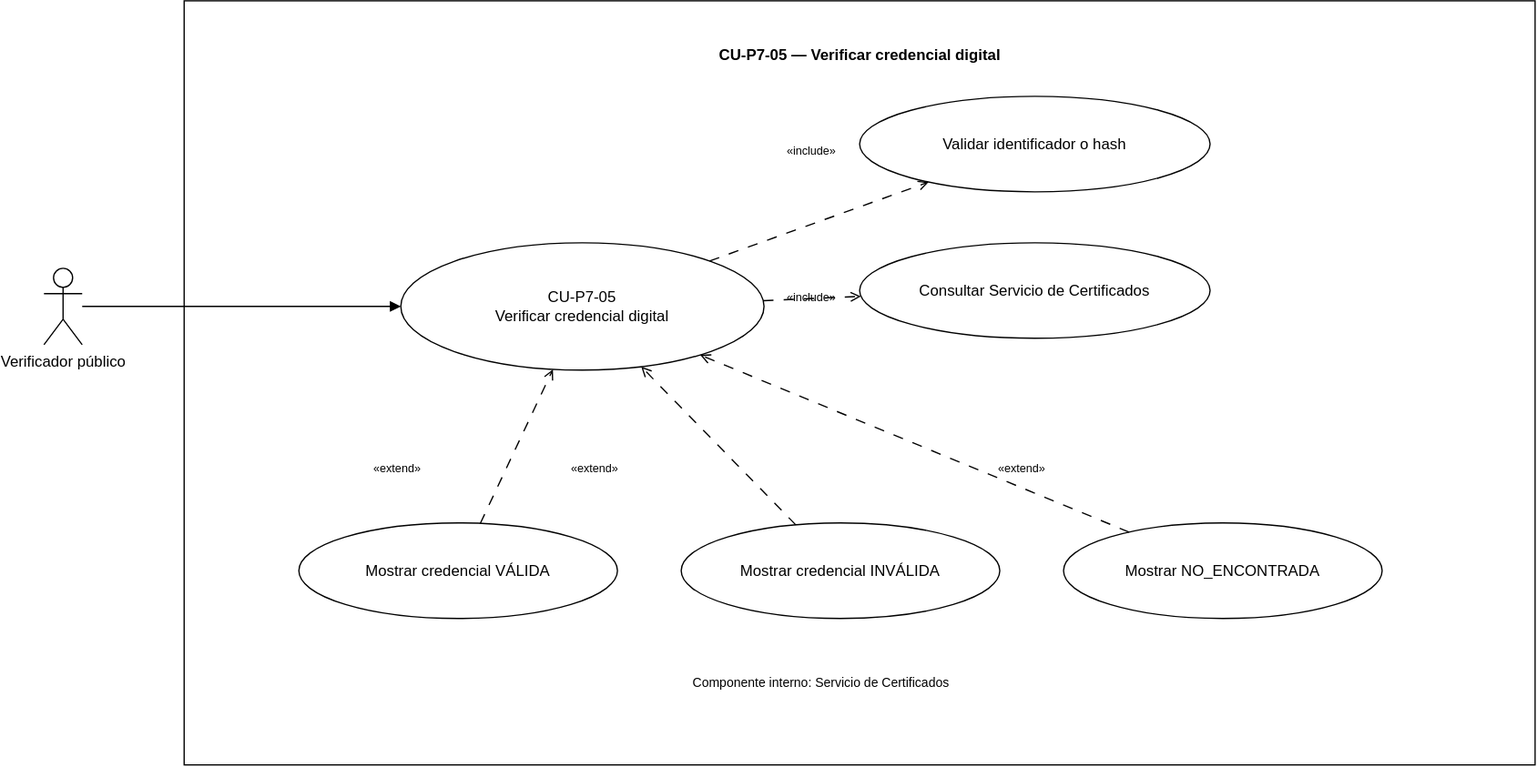
This is Documentacion/Practica7/CDU/CDU_Expandido_CUP7_05_202307691.drawio.svg from thanya-gate/SA_PROYECTO_202307691, a draw.io export, as it was before one commit. Source tidied: cells renumbered, new cells last; positions are measured from the earlier drawing's top-left corner, leaving out a move shared by most shapes. The source it was exported from:
```xml
<mxGraphModel>
  <root>
    <mxCell id="0" />
    <mxCell id="1" parent="0" />
    <mxCell id="2" style="html=1;whiteSpace=wrap;" parent="1" vertex="1">
      <mxGeometry x="110" width="1060" height="600" as="geometry" />
    </mxCell>
    <mxCell id="3" value="CU-P7-05 — Verificar credencial digital" style="text;align=center;fontStyle=1;verticalAlign=middle;spacingLeft=3;spacingRight=3;strokeColor=none;html=1;" parent="1" vertex="1">
      <mxGeometry x="400" y="20" width="480" height="45" as="geometry" />
    </mxCell>
    <mxCell id="4" value="Verificador público" style="shape=umlActor;verticalLabelPosition=bottom;verticalAlign=top;html=1;" parent="1" vertex="1">
      <mxGeometry y="210" width="30" height="60" as="geometry" />
    </mxCell>
    <mxCell id="5" value="CU-P7-05&lt;br&gt;Verificar credencial digital" style="ellipse;whiteSpace=wrap;html=1;" parent="1" vertex="1">
      <mxGeometry x="280" y="190" width="285" height="100" as="geometry" />
    </mxCell>
    <mxCell id="6" value="Validar identificador o hash" style="ellipse;whiteSpace=wrap;html=1;" parent="1" vertex="1">
      <mxGeometry x="640" y="75" width="275" height="75" as="geometry" />
    </mxCell>
    <mxCell id="7" value="Consultar Servicio de Certificados" style="ellipse;whiteSpace=wrap;html=1;" parent="1" vertex="1">
      <mxGeometry x="640" y="190" width="275" height="75" as="geometry" />
    </mxCell>
    <mxCell id="8" value="Mostrar credencial VÁLIDA" style="ellipse;whiteSpace=wrap;html=1;" parent="1" vertex="1">
      <mxGeometry x="200" y="410" width="250" height="75" as="geometry" />
    </mxCell>
    <mxCell id="9" value="Mostrar credencial INVÁLIDA" style="ellipse;whiteSpace=wrap;html=1;" parent="1" vertex="1">
      <mxGeometry x="500" y="410" width="250" height="75" as="geometry" />
    </mxCell>
    <mxCell id="10" value="Mostrar NO_ENCONTRADA" style="ellipse;whiteSpace=wrap;html=1;" parent="1" vertex="1">
      <mxGeometry x="800" y="410" width="250" height="75" as="geometry" />
    </mxCell>
    <mxCell id="11" style="rounded=0;jettySize=auto;html=1;endArrow=block;endFill=1;" parent="1" edge="1" source="4" target="5">
      <mxGeometry relative="1" as="geometry" />
    </mxCell>
    <mxCell id="12" style="rounded=0;jettySize=auto;html=1;dashed=1;dashPattern=8 8;endArrow=open;endFill=0;" parent="1" edge="1" source="5" target="6">
      <mxGeometry relative="1" as="geometry" />
    </mxCell>
    <mxCell id="13" value="«include»" style="text;html=1;whiteSpace=wrap;strokeColor=none;fillColor=none;align=center;verticalAlign=middle;rounded=0;fontSize=9;" parent="1" vertex="1">
      <mxGeometry x="555" y="105" width="95" height="25" as="geometry" />
    </mxCell>
    <mxCell id="14" style="rounded=0;jettySize=auto;html=1;dashed=1;dashPattern=8 8;endArrow=open;endFill=0;" parent="1" edge="1" source="5" target="7">
      <mxGeometry relative="1" as="geometry" />
    </mxCell>
    <mxCell id="15" value="«include»" style="text;html=1;whiteSpace=wrap;strokeColor=none;fillColor=none;align=center;verticalAlign=middle;rounded=0;fontSize=9;" parent="1" vertex="1">
      <mxGeometry x="555" y="220" width="95" height="25" as="geometry" />
    </mxCell>
    <mxCell id="16" style="rounded=0;jettySize=auto;html=1;dashed=1;dashPattern=8 8;endArrow=open;endFill=0;" parent="1" edge="1" source="8" target="5">
      <mxGeometry relative="1" as="geometry" />
    </mxCell>
    <mxCell id="17" value="«extend»" style="text;html=1;whiteSpace=wrap;strokeColor=none;fillColor=none;align=center;verticalAlign=middle;rounded=0;fontSize=9;" parent="1" vertex="1">
      <mxGeometry x="230" y="355" width="95" height="25" as="geometry" />
    </mxCell>
    <mxCell id="18" style="rounded=0;jettySize=auto;html=1;dashed=1;dashPattern=8 8;endArrow=open;endFill=0;" parent="1" edge="1" source="9" target="5">
      <mxGeometry relative="1" as="geometry" />
    </mxCell>
    <mxCell id="19" value="«extend»" style="text;html=1;whiteSpace=wrap;strokeColor=none;fillColor=none;align=center;verticalAlign=middle;rounded=0;fontSize=9;" parent="1" vertex="1">
      <mxGeometry x="385" y="355" width="95" height="25" as="geometry" />
    </mxCell>
    <mxCell id="20" style="rounded=0;jettySize=auto;html=1;dashed=1;dashPattern=8 8;endArrow=open;endFill=0;" parent="1" edge="1" source="10" target="5">
      <mxGeometry relative="1" as="geometry" />
    </mxCell>
    <mxCell id="21" value="«extend»" style="text;html=1;whiteSpace=wrap;strokeColor=none;fillColor=none;align=center;verticalAlign=middle;rounded=0;fontSize=9;" parent="1" vertex="1">
      <mxGeometry x="720" y="355" width="95" height="25" as="geometry" />
    </mxCell>
    <mxCell id="22" value="Componente interno: Servicio de Certificados" style="text;html=1;whiteSpace=wrap;strokeColor=none;fillColor=none;align=center;verticalAlign=middle;rounded=0;fontSize=10;" parent="1" vertex="1">
      <mxGeometry x="350" y="520" width="520" height="30" as="geometry" />
    </mxCell>
  </root>
</mxGraphModel>
```
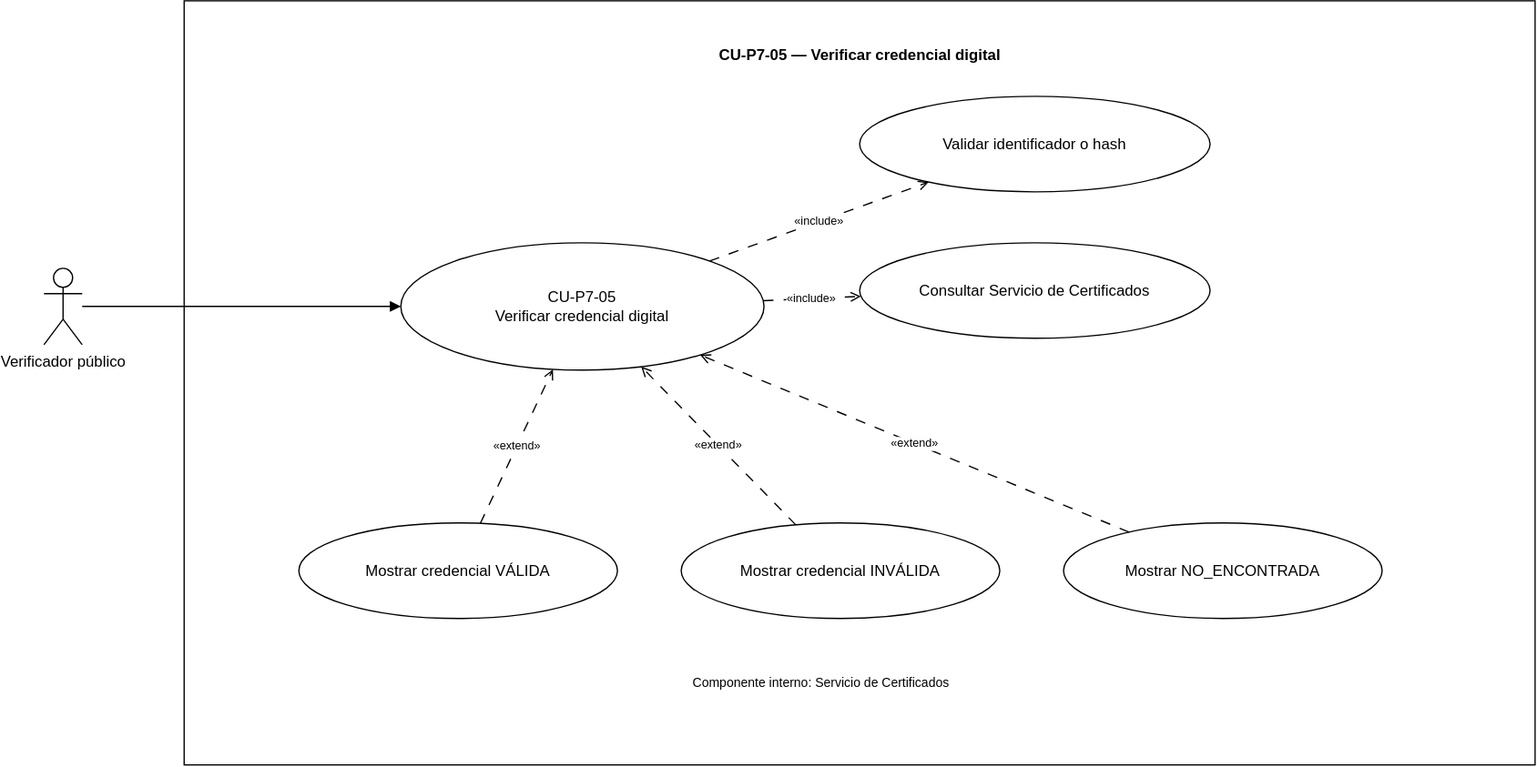
The same diagram one commit later.

Change to the diagram source:
```diff
@@ -32,36 +32,21 @@
     <mxCell id="11" style="rounded=0;jettySize=auto;html=1;endArrow=block;endFill=1;" parent="1" edge="1" source="4" target="5">
       <mxGeometry relative="1" as="geometry" />
     </mxCell>
-    <mxCell id="12" style="rounded=0;jettySize=auto;html=1;dashed=1;dashPattern=8 8;endArrow=open;endFill=0;" parent="1" edge="1" source="5" target="6">
+    <mxCell id="12" value="«include»" style="rounded=0;jettySize=auto;html=1;dashed=1;dashPattern=8 8;endArrow=open;endFill=0;fontSize=9;" parent="1" edge="1" source="5" target="6">
       <mxGeometry relative="1" as="geometry" />
     </mxCell>
-    <mxCell id="13" value="«include»" style="text;html=1;whiteSpace=wrap;strokeColor=none;fillColor=none;align=center;verticalAlign=middle;rounded=0;fontSize=9;" parent="1" vertex="1">
-      <mxGeometry x="555" y="105" width="95" height="25" as="geometry" />
-    </mxCell>
-    <mxCell id="14" style="rounded=0;jettySize=auto;html=1;dashed=1;dashPattern=8 8;endArrow=open;endFill=0;" parent="1" edge="1" source="5" target="7">
+    <mxCell id="14" value="«include»" style="rounded=0;jettySize=auto;html=1;dashed=1;dashPattern=8 8;endArrow=open;endFill=0;fontSize=9;" parent="1" edge="1" source="5" target="7">
       <mxGeometry relative="1" as="geometry" />
     </mxCell>
-    <mxCell id="15" value="«include»" style="text;html=1;whiteSpace=wrap;strokeColor=none;fillColor=none;align=center;verticalAlign=middle;rounded=0;fontSize=9;" parent="1" vertex="1">
-      <mxGeometry x="555" y="220" width="95" height="25" as="geometry" />
-    </mxCell>
-    <mxCell id="16" style="rounded=0;jettySize=auto;html=1;dashed=1;dashPattern=8 8;endArrow=open;endFill=0;" parent="1" edge="1" source="8" target="5">
+    <mxCell id="16" value="«extend»" style="rounded=0;jettySize=auto;html=1;dashed=1;dashPattern=8 8;endArrow=open;endFill=0;fontSize=9;" parent="1" edge="1" source="8" target="5">
       <mxGeometry relative="1" as="geometry" />
     </mxCell>
-    <mxCell id="17" value="«extend»" style="text;html=1;whiteSpace=wrap;strokeColor=none;fillColor=none;align=center;verticalAlign=middle;rounded=0;fontSize=9;" parent="1" vertex="1">
-      <mxGeometry x="230" y="355" width="95" height="25" as="geometry" />
-    </mxCell>
-    <mxCell id="18" style="rounded=0;jettySize=auto;html=1;dashed=1;dashPattern=8 8;endArrow=open;endFill=0;" parent="1" edge="1" source="9" target="5">
+    <mxCell id="18" value="«extend»" style="rounded=0;jettySize=auto;html=1;dashed=1;dashPattern=8 8;endArrow=open;endFill=0;fontSize=9;" parent="1" edge="1" source="9" target="5">
       <mxGeometry relative="1" as="geometry" />
     </mxCell>
-    <mxCell id="19" value="«extend»" style="text;html=1;whiteSpace=wrap;strokeColor=none;fillColor=none;align=center;verticalAlign=middle;rounded=0;fontSize=9;" parent="1" vertex="1">
-      <mxGeometry x="385" y="355" width="95" height="25" as="geometry" />
-    </mxCell>
-    <mxCell id="20" style="rounded=0;jettySize=auto;html=1;dashed=1;dashPattern=8 8;endArrow=open;endFill=0;" parent="1" edge="1" source="10" target="5">
+    <mxCell id="20" value="«extend»" style="rounded=0;jettySize=auto;html=1;dashed=1;dashPattern=8 8;endArrow=open;endFill=0;fontSize=9;" parent="1" edge="1" source="10" target="5">
       <mxGeometry relative="1" as="geometry" />
     </mxCell>
-    <mxCell id="21" value="«extend»" style="text;html=1;whiteSpace=wrap;strokeColor=none;fillColor=none;align=center;verticalAlign=middle;rounded=0;fontSize=9;" parent="1" vertex="1">
-      <mxGeometry x="720" y="355" width="95" height="25" as="geometry" />
-    </mxCell>
     <mxCell id="22" value="Componente interno: Servicio de Certificados" style="text;html=1;whiteSpace=wrap;strokeColor=none;fillColor=none;align=center;verticalAlign=middle;rounded=0;fontSize=10;" parent="1" vertex="1">
       <mxGeometry x="350" y="520" width="520" height="30" as="geometry" />
     </mxCell>
```
